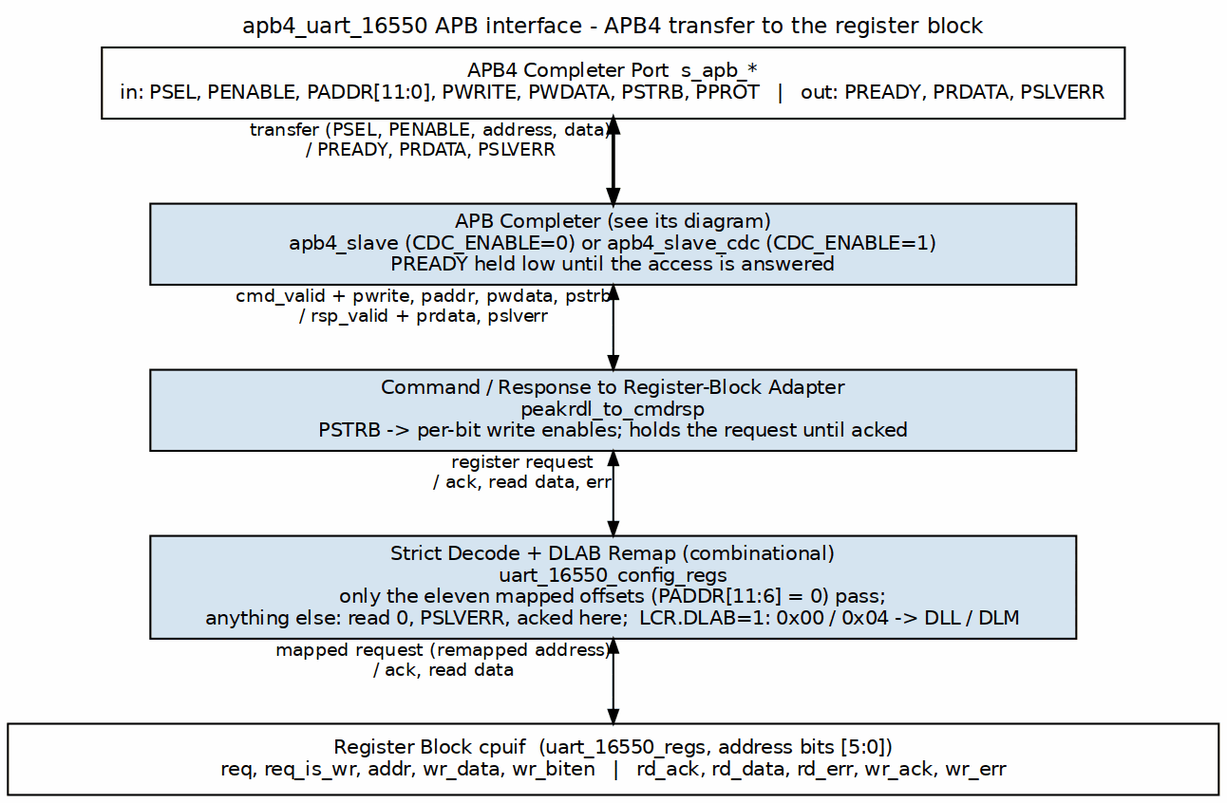
Earlier version of the Graphviz export projects/components/legacy-ip/retro_legacy_blocks/docs/uart_16550_mas/assets/graphviz/uart_apb_interface.png (sean-galloway/RTLDesignSherpa). Its source is kept beside it as projects/components/legacy-ip/retro_legacy_blocks/docs/uart_16550_mas/assets/graphviz/uart_apb_interface.dot. Source of this version:
```dot
digraph uart_apb_interface {
    graph [rankdir=TB, bgcolor="white", fontname="Helvetica", fontsize=11,
           nodesep="0.45", ranksep="0.60", splines=ortho, newrank=true,
           label="apb4_uart_16550 APB interface - APB4 transfer to the register block", labelloc=t, labeljust=c];
    node  [fontname="Helvetica", fontsize=10, shape=box, style=filled,
           fillcolor="#D6E4F0", color="black", margin="0.12,0.06"];
    edge  [fontname="Helvetica", fontsize=9, color="black", arrowsize=0.7];
    apb [label="APB4 Completer Port  s_apb_*\nin: PSEL, PENABLE, PADDR[11:0], PWRITE, PWDATA, PSTRB, PPROT   |   out: PREADY, PRDATA, PSLVERR", fillcolor="white"];
    slv [label="APB Completer (see its diagram)\napb4_slave (CDC_ENABLE=0) or apb4_slave_cdc (CDC_ENABLE=1)\nPREADY held low until the access is answered", width=6.5];
    adp [label="Command / Response to Register-Block Adapter\npeakrdl_to_cmdrsp\nPSTRB -> per-bit write enables; holds the request until acked", width=6.5];
    dec [label="Strict Decode + DLAB Remap (combinational)\nuart_16550_config_regs\nonly the eleven mapped offsets (PADDR[11:6] = 0) pass;\nanything else: read 0, PSLVERR, acked here;  LCR.DLAB=1: 0x00 / 0x04 -> DLL / DLM", width=6.5];
    bar [label="Register Block cpuif  (uart_16550_regs, address bits [5:0])\nreq, req_is_wr, addr, wr_data, wr_biten   |   rd_ack, rd_data, rd_err, wr_ack, wr_err", fillcolor="white", width=8.5];
    apb -> slv [dir=both, penwidth=1.8, xlabel="transfer (PSEL, PENABLE, address, data)\n/ PREADY, PRDATA, PSLVERR"];
    slv -> adp [dir=both, xlabel="cmd_valid + pwrite, paddr, pwdata, pstrb\n/ rsp_valid + prdata, pslverr"];
    adp -> dec [dir=both, xlabel="register request\n/ ack, read data, err"];
    dec -> bar [dir=both, xlabel="mapped request (remapped address)\n/ ack, read data"];
}
```
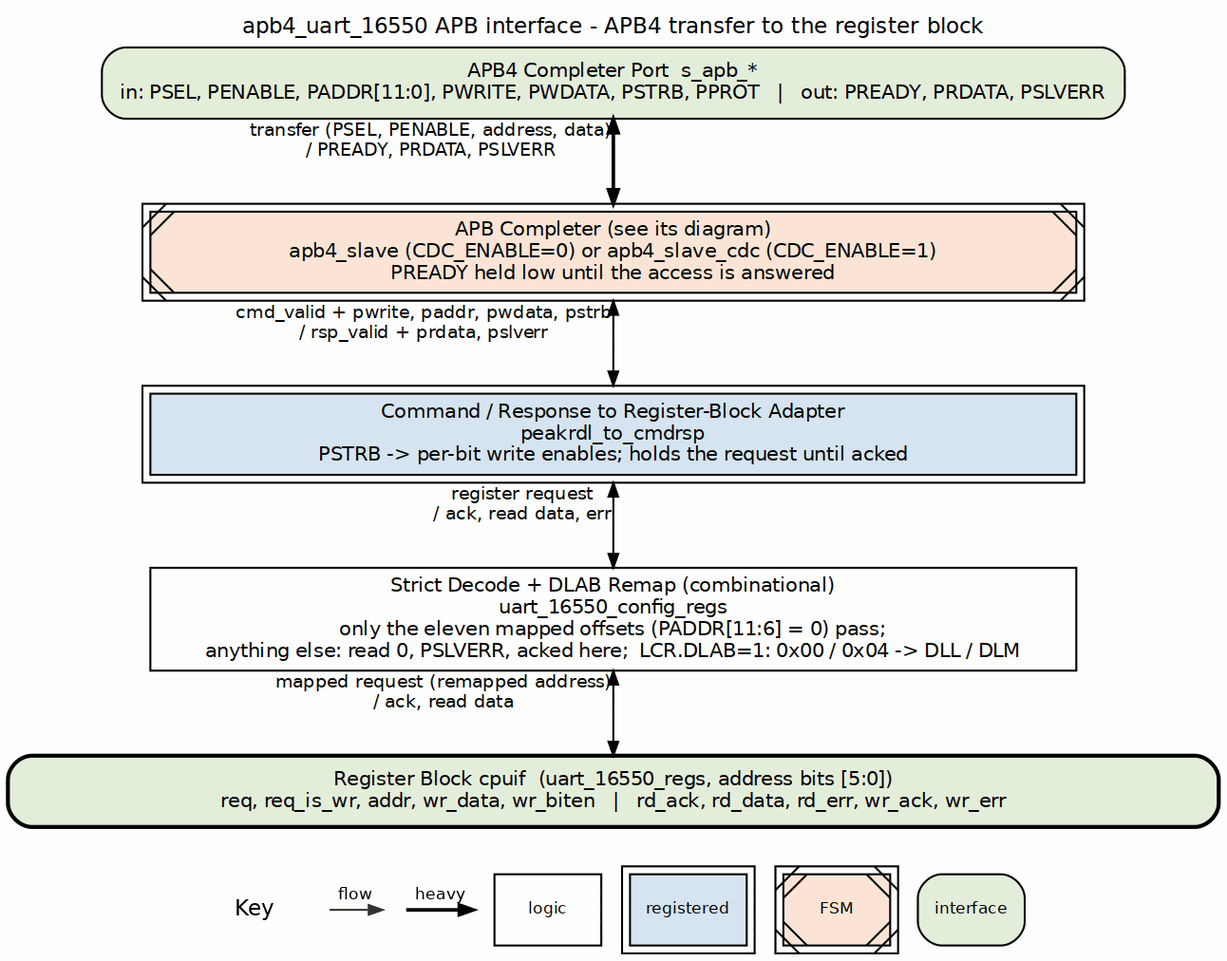
The same diagram one commit later.

Diff of the diagram source:
```diff
@@ -3,13 +3,13 @@
            nodesep="0.45", ranksep="0.60", splines=ortho, newrank=true,
            label="apb4_uart_16550 APB interface - APB4 transfer to the register block", labelloc=t, labeljust=c];
     node  [fontname="Helvetica", fontsize=10, shape=box, style=filled,
-           fillcolor="#D6E4F0", color="black", margin="0.12,0.06"];
+           fillcolor="white", color="black", margin="0.12,0.06"];
     edge  [fontname="Helvetica", fontsize=9, color="black", arrowsize=0.7];
-    apb [label="APB4 Completer Port  s_apb_*\nin: PSEL, PENABLE, PADDR[11:0], PWRITE, PWDATA, PSTRB, PPROT   |   out: PREADY, PRDATA, PSLVERR", fillcolor="white"];
-    slv [label="APB Completer (see its diagram)\napb4_slave (CDC_ENABLE=0) or apb4_slave_cdc (CDC_ENABLE=1)\nPREADY held low until the access is answered", width=6.5];
-    adp [label="Command / Response to Register-Block Adapter\npeakrdl_to_cmdrsp\nPSTRB -> per-bit write enables; holds the request until acked", width=6.5];
-    dec [label="Strict Decode + DLAB Remap (combinational)\nuart_16550_config_regs\nonly the eleven mapped offsets (PADDR[11:6] = 0) pass;\nanything else: read 0, PSLVERR, acked here;  LCR.DLAB=1: 0x00 / 0x04 -> DLL / DLM", width=6.5];
-    bar [label="Register Block cpuif  (uart_16550_regs, address bits [5:0])\nreq, req_is_wr, addr, wr_data, wr_biten   |   rd_ack, rd_data, rd_err, wr_ack, wr_err", fillcolor="white", width=8.5];
+    apb [label="APB4 Completer Port  s_apb_*\nin: PSEL, PENABLE, PADDR[11:0], PWRITE, PWDATA, PSTRB, PPROT   |   out: PREADY, PRDATA, PSLVERR", fillcolor="white", style="rounded,filled", fillcolor="#E2EFDA"];
+    slv [label="APB Completer (see its diagram)\napb4_slave (CDC_ENABLE=0) or apb4_slave_cdc (CDC_ENABLE=1)\nPREADY held low until the access is answered", width=6.5, peripheries=2, style="filled,diagonals", fillcolor="#FCE4D6"];
+    adp [label="Command / Response to Register-Block Adapter\npeakrdl_to_cmdrsp\nPSTRB -> per-bit write enables; holds the request until acked", width=6.5, peripheries=2, style="filled", fillcolor="#D6E4F0"];
+    dec [label="Strict Decode + DLAB Remap (combinational)\nuart_16550_config_regs\nonly the eleven mapped offsets (PADDR[11:6] = 0) pass;\nanything else: read 0, PSLVERR, acked here;  LCR.DLAB=1: 0x00 / 0x04 -> DLL / DLM", width=6.5, style="filled", fillcolor="white"];
+    bar [label="Register Block cpuif  (uart_16550_regs, address bits [5:0])\nreq, req_is_wr, addr, wr_data, wr_biten   |   rd_ack, rd_data, rd_err, wr_ack, wr_err", fillcolor="white", width=8.5, style="rounded,filled,bold", fillcolor="#E2EFDA"];
     apb -> slv [dir=both, penwidth=1.8, xlabel="transfer (PSEL, PENABLE, address, data)\n/ PREADY, PRDATA, PSLVERR"];
     slv -> adp [dir=both, xlabel="cmd_valid + pwrite, paddr, pwdata, pstrb\n/ rsp_valid + prdata, pslverr"];
     adp -> dec [dir=both, xlabel="register request\n/ ack, read data, err"];
```
